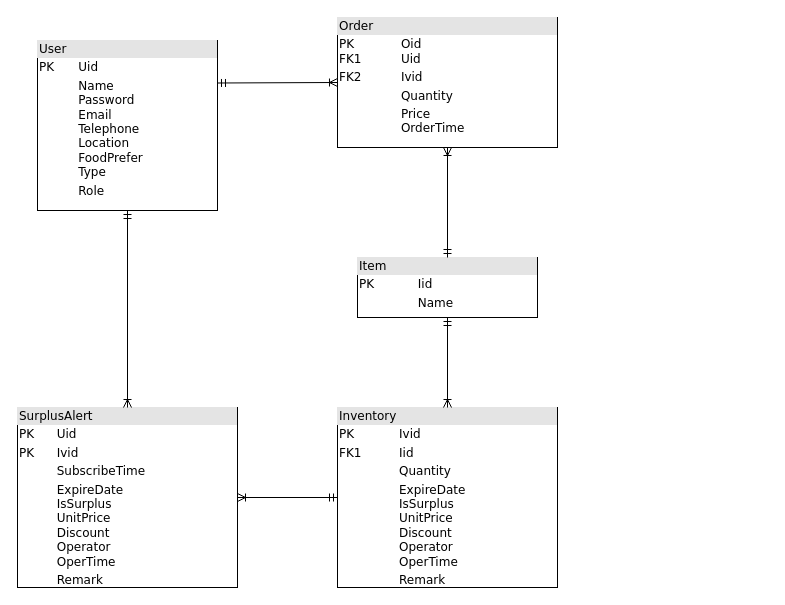
panjuncai/Req keeps this draw.io diagram as FWRP-db.drawio. Above is the earlier version. Source tidied: cells renumbered, new cells numbered last; positions are measured from the earlier drawing's top-left corner, leaving out a move shared by most shapes. Both pictures are drawn from the tidied source at 100%, with x=0, y=0 at pixel (17, 17).
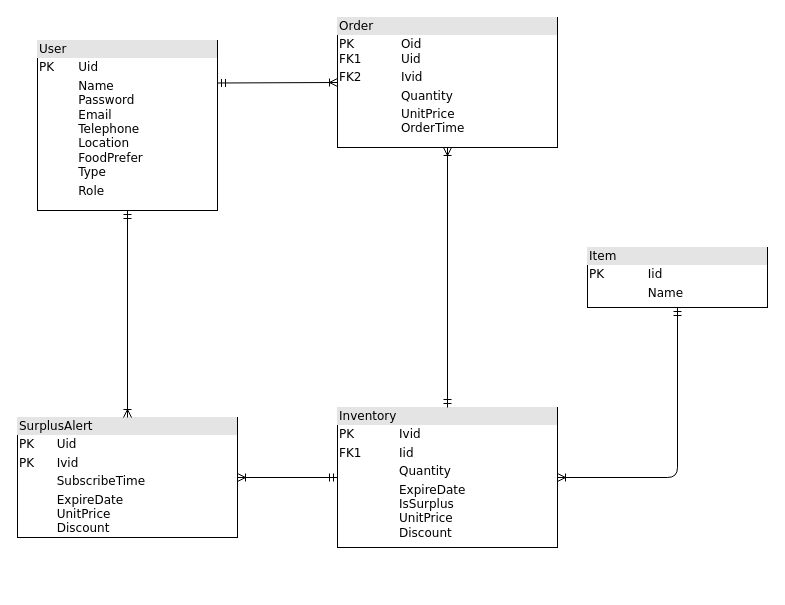
Above is the later version.

The edit, as a diff of the source:
```diff
@@
 <mxGraphModel>
   <root>
     <mxCell id="0" />
     <mxCell id="1" parent="0" />
     <mxCell id="2" value="&lt;div style=&quot;box-sizing:border-box;width:100%;background:#e4e4e4;padding:2px;&quot;&gt;User&lt;/div&gt;&lt;table style=&quot;width:100%;font-size:1em;&quot; cellpadding=&quot;2&quot; cellspacing=&quot;0&quot;&gt;&lt;tbody&gt;&lt;tr&gt;&lt;td&gt;PK&lt;/td&gt;&lt;td&gt;Uid&lt;/td&gt;&lt;/tr&gt;&lt;tr&gt;&lt;td&gt;&lt;/td&gt;&lt;td&gt;Name&lt;br&gt;Password&lt;br&gt;Email&lt;br&gt;Telephone&lt;br&gt;Location&lt;br&gt;FoodPrefer&lt;br&gt;Type&lt;/td&gt;&lt;/tr&gt;&lt;tr&gt;&lt;td&gt;&lt;/td&gt;&lt;td&gt;Role&lt;/td&gt;&lt;/tr&gt;&lt;/tbody&gt;&lt;/table&gt;" style="verticalAlign=top;align=left;overflow=fill;html=1;rounded=0;shadow=0;comic=0;labelBackgroundColor=none;strokeWidth=1;fontFamily=Verdana;fontSize=12;" parent="1" vertex="1">
       <mxGeometry x="20" y="23" width="180" height="170" as="geometry" />
     </mxCell>
     <mxCell id="3" value="&lt;div style=&quot;box-sizing:border-box;width:100%;background:#e4e4e4;padding:2px;&quot;&gt;Item&lt;/div&gt;&lt;table style=&quot;width:100%;font-size:1em;&quot; cellpadding=&quot;2&quot; cellspacing=&quot;0&quot;&gt;&lt;tbody&gt;&lt;tr&gt;&lt;td&gt;PK&lt;/td&gt;&lt;td&gt;Iid&lt;/td&gt;&lt;/tr&gt;&lt;tr&gt;&lt;td&gt;&lt;/td&gt;&lt;td&gt;Name&lt;br&gt;&lt;/td&gt;&lt;/tr&gt;&lt;tr&gt;&lt;td&gt;&lt;/td&gt;&lt;td&gt;&lt;br&gt;&lt;/td&gt;&lt;/tr&gt;&lt;/tbody&gt;&lt;/table&gt;" style="verticalAlign=top;align=left;overflow=fill;html=1;rounded=0;shadow=0;comic=0;labelBackgroundColor=none;strokeWidth=1;fontFamily=Verdana;fontSize=12;" parent="1" vertex="1">
-      <mxGeometry x="340" y="240" width="180" height="60" as="geometry" />
+      <mxGeometry x="570" y="230" width="180" height="60" as="geometry" />
     </mxCell>
-    <mxCell id="4" value="&lt;div style=&quot;box-sizing:border-box;width:100%;background:#e4e4e4;padding:2px;&quot;&gt;Inventory&lt;/div&gt;&lt;table style=&quot;width:100%;font-size:1em;&quot; cellpadding=&quot;2&quot; cellspacing=&quot;0&quot;&gt;&lt;tbody&gt;&lt;tr&gt;&lt;td&gt;PK&lt;/td&gt;&lt;td&gt;Ivid&lt;/td&gt;&lt;/tr&gt;&lt;tr&gt;&lt;td&gt;FK1&lt;/td&gt;&lt;td&gt;Iid&lt;/td&gt;&lt;/tr&gt;&lt;tr&gt;&lt;td&gt;&lt;br&gt;&lt;/td&gt;&lt;td&gt;Quantity&lt;br&gt;&lt;/td&gt;&lt;/tr&gt;&lt;tr&gt;&lt;td&gt;&lt;br&gt;&lt;/td&gt;&lt;td&gt;ExpireDate&lt;br&gt;IsSurplus&lt;br&gt;UnitPrice&lt;br&gt;Discount&lt;br&gt;Operator&lt;br&gt;OperTime&lt;/td&gt;&lt;/tr&gt;&lt;tr&gt;&lt;td&gt;&lt;br&gt;&lt;/td&gt;&lt;td&gt;Remark&lt;/td&gt;&lt;/tr&gt;&lt;/tbody&gt;&lt;/table&gt;" style="verticalAlign=top;align=left;overflow=fill;html=1;rounded=0;shadow=0;comic=0;labelBackgroundColor=none;strokeWidth=1;fontFamily=Verdana;fontSize=12;" parent="1" vertex="1">
-      <mxGeometry x="320" y="390" width="220" height="180" as="geometry" />
+    <mxCell id="4" value="&lt;div style=&quot;box-sizing:border-box;width:100%;background:#e4e4e4;padding:2px;&quot;&gt;Inventory&lt;/div&gt;&lt;table style=&quot;width:100%;font-size:1em;&quot; cellpadding=&quot;2&quot; cellspacing=&quot;0&quot;&gt;&lt;tbody&gt;&lt;tr&gt;&lt;td&gt;PK&lt;/td&gt;&lt;td&gt;Ivid&lt;/td&gt;&lt;/tr&gt;&lt;tr&gt;&lt;td&gt;FK1&lt;/td&gt;&lt;td&gt;Iid&lt;/td&gt;&lt;/tr&gt;&lt;tr&gt;&lt;td&gt;&lt;br&gt;&lt;/td&gt;&lt;td&gt;Quantity&lt;br&gt;&lt;/td&gt;&lt;/tr&gt;&lt;tr&gt;&lt;td&gt;&lt;br&gt;&lt;/td&gt;&lt;td&gt;ExpireDate&lt;br&gt;IsSurplus&lt;br&gt;UnitPrice&lt;br&gt;Discount&lt;br&gt;&lt;br&gt;&lt;/td&gt;&lt;/tr&gt;&lt;tr&gt;&lt;td&gt;&lt;br&gt;&lt;/td&gt;&lt;td&gt;&lt;br&gt;&lt;/td&gt;&lt;/tr&gt;&lt;/tbody&gt;&lt;/table&gt;" style="verticalAlign=top;align=left;overflow=fill;html=1;rounded=0;shadow=0;comic=0;labelBackgroundColor=none;strokeWidth=1;fontFamily=Verdana;fontSize=12;" parent="1" vertex="1">
+      <mxGeometry x="320" y="390" width="220" height="140" as="geometry" />
     </mxCell>
-    <mxCell id="5" value="&lt;div style=&quot;box-sizing:border-box;width:100%;background:#e4e4e4;padding:2px;&quot;&gt;Order&lt;/div&gt;&lt;table style=&quot;width:100%;font-size:1em;&quot; cellpadding=&quot;2&quot; cellspacing=&quot;0&quot;&gt;&lt;tbody&gt;&lt;tr&gt;&lt;td&gt;PK&lt;br&gt;FK1&lt;/td&gt;&lt;td&gt;Oid&lt;br&gt;Uid&lt;/td&gt;&lt;/tr&gt;&lt;tr&gt;&lt;td&gt;FK2&lt;/td&gt;&lt;td&gt;Ivid&lt;/td&gt;&lt;/tr&gt;&lt;tr&gt;&lt;td&gt;&lt;br&gt;&lt;/td&gt;&lt;td&gt;Quantity&lt;br&gt;&lt;/td&gt;&lt;/tr&gt;&lt;tr&gt;&lt;td&gt;&lt;br&gt;&lt;/td&gt;&lt;td&gt;Price&lt;br&gt;OrderTime&lt;/td&gt;&lt;/tr&gt;&lt;tr&gt;&lt;td&gt;&lt;br&gt;&lt;/td&gt;&lt;td&gt;&lt;br&gt;&lt;/td&gt;&lt;/tr&gt;&lt;/tbody&gt;&lt;/table&gt;" style="verticalAlign=top;align=left;overflow=fill;html=1;rounded=0;shadow=0;comic=0;labelBackgroundColor=none;strokeWidth=1;fontFamily=Verdana;fontSize=12;" parent="1" vertex="1">
+    <mxCell id="5" value="&lt;div style=&quot;box-sizing:border-box;width:100%;background:#e4e4e4;padding:2px;&quot;&gt;Order&lt;/div&gt;&lt;table style=&quot;width:100%;font-size:1em;&quot; cellpadding=&quot;2&quot; cellspacing=&quot;0&quot;&gt;&lt;tbody&gt;&lt;tr&gt;&lt;td&gt;PK&lt;br&gt;FK1&lt;/td&gt;&lt;td&gt;Oid&lt;br&gt;Uid&lt;/td&gt;&lt;/tr&gt;&lt;tr&gt;&lt;td&gt;FK2&lt;/td&gt;&lt;td&gt;Ivid&lt;/td&gt;&lt;/tr&gt;&lt;tr&gt;&lt;td&gt;&lt;br&gt;&lt;/td&gt;&lt;td&gt;Quantity&lt;br&gt;&lt;/td&gt;&lt;/tr&gt;&lt;tr&gt;&lt;td&gt;&lt;br&gt;&lt;/td&gt;&lt;td&gt;UnitPrice&lt;br&gt;OrderTime&lt;/td&gt;&lt;/tr&gt;&lt;tr&gt;&lt;td&gt;&lt;br&gt;&lt;/td&gt;&lt;td&gt;&lt;br&gt;&lt;/td&gt;&lt;/tr&gt;&lt;/tbody&gt;&lt;/table&gt;" style="verticalAlign=top;align=left;overflow=fill;html=1;rounded=0;shadow=0;comic=0;labelBackgroundColor=none;strokeWidth=1;fontFamily=Verdana;fontSize=12;" parent="1" vertex="1">
       <mxGeometry x="320" width="220" height="130" as="geometry" />
     </mxCell>
-    <mxCell id="6" value="&lt;div style=&quot;box-sizing:border-box;width:100%;background:#e4e4e4;padding:2px;&quot;&gt;SurplusAlert&lt;/div&gt;&lt;table style=&quot;width:100%;font-size:1em;&quot; cellpadding=&quot;2&quot; cellspacing=&quot;0&quot;&gt;&lt;tbody&gt;&lt;tr&gt;&lt;td&gt;PK&lt;/td&gt;&lt;td&gt;Uid&lt;/td&gt;&lt;/tr&gt;&lt;tr&gt;&lt;td&gt;PK&lt;/td&gt;&lt;td&gt;Ivid&lt;/td&gt;&lt;/tr&gt;&lt;tr&gt;&lt;td&gt;&lt;br&gt;&lt;/td&gt;&lt;td&gt;SubscribeTime&lt;/td&gt;&lt;/tr&gt;&lt;tr&gt;&lt;td&gt;&lt;br&gt;&lt;/td&gt;&lt;td&gt;ExpireDate&lt;br&gt;IsSurplus&lt;br&gt;UnitPrice&lt;br&gt;Discount&lt;br&gt;Operator&lt;br&gt;OperTime&lt;/td&gt;&lt;/tr&gt;&lt;tr&gt;&lt;td&gt;&lt;br&gt;&lt;/td&gt;&lt;td&gt;Remark&lt;/td&gt;&lt;/tr&gt;&lt;/tbody&gt;&lt;/table&gt;" style="verticalAlign=top;align=left;overflow=fill;html=1;rounded=0;shadow=0;comic=0;labelBackgroundColor=none;strokeWidth=1;fontFamily=Verdana;fontSize=12;" parent="1" vertex="1">
-      <mxGeometry y="390" width="220" height="180" as="geometry" />
+    <mxCell id="6" value="&lt;div style=&quot;box-sizing:border-box;width:100%;background:#e4e4e4;padding:2px;&quot;&gt;SurplusAlert&lt;/div&gt;&lt;table style=&quot;width:100%;font-size:1em;&quot; cellpadding=&quot;2&quot; cellspacing=&quot;0&quot;&gt;&lt;tbody&gt;&lt;tr&gt;&lt;td&gt;PK&lt;/td&gt;&lt;td&gt;Uid&lt;/td&gt;&lt;/tr&gt;&lt;tr&gt;&lt;td&gt;PK&lt;/td&gt;&lt;td&gt;Ivid&lt;/td&gt;&lt;/tr&gt;&lt;tr&gt;&lt;td&gt;&lt;br&gt;&lt;/td&gt;&lt;td&gt;SubscribeTime&lt;/td&gt;&lt;/tr&gt;&lt;tr&gt;&lt;td&gt;&lt;br&gt;&lt;/td&gt;&lt;td&gt;ExpireDate&lt;br&gt;UnitPrice&lt;br&gt;Discount&lt;br&gt;&lt;br&gt;&lt;/td&gt;&lt;/tr&gt;&lt;tr&gt;&lt;td&gt;&lt;br&gt;&lt;/td&gt;&lt;td&gt;&lt;br&gt;&lt;/td&gt;&lt;/tr&gt;&lt;/tbody&gt;&lt;/table&gt;" style="verticalAlign=top;align=left;overflow=fill;html=1;rounded=0;shadow=0;comic=0;labelBackgroundColor=none;strokeWidth=1;fontFamily=Verdana;fontSize=12;" parent="1" vertex="1">
+      <mxGeometry y="400" width="220" height="120" as="geometry" />
     </mxCell>
     <mxCell id="7" style="html=1;endArrow=ERoneToMany;startArrow=ERmandOne;labelBackgroundColor=none;fontFamily=Verdana;fontSize=12;align=left;exitX=1;exitY=0.25;exitDx=0;exitDy=0;entryX=0;entryY=0.5;entryDx=0;entryDy=0;" parent="1" edge="1" source="2" target="5">
       <mxGeometry relative="1" as="geometry" />
     </mxCell>
-    <mxCell id="8" style="edgeStyle=orthogonalEdgeStyle;html=1;endArrow=ERoneToMany;startArrow=ERmandOne;labelBackgroundColor=none;fontFamily=Verdana;fontSize=12;align=left;exitX=0.5;exitY=0;exitDx=0;exitDy=0;entryX=0.5;entryY=1;entryDx=0;entryDy=0;" parent="1" edge="1" source="3" target="5">
+    <mxCell id="8" style="edgeStyle=orthogonalEdgeStyle;html=1;endArrow=ERoneToMany;startArrow=ERmandOne;labelBackgroundColor=none;fontFamily=Verdana;fontSize=12;align=left;entryX=0.5;entryY=1;entryDx=0;entryDy=0;exitX=0.5;exitY=0;exitDx=0;exitDy=0;" parent="1" edge="1" source="4" target="5">
       <mxGeometry relative="1" as="geometry" />
     </mxCell>
-    <mxCell id="9" style="edgeStyle=orthogonalEdgeStyle;html=1;endArrow=ERoneToMany;startArrow=ERmandOne;labelBackgroundColor=none;fontFamily=Verdana;fontSize=12;align=left;entryX=0.5;entryY=0;entryDx=0;entryDy=0;exitX=0.5;exitY=1;exitDx=0;exitDy=0;" parent="1" edge="1" source="3" target="4">
+    <mxCell id="9" style="edgeStyle=orthogonalEdgeStyle;html=1;endArrow=ERoneToMany;startArrow=ERmandOne;labelBackgroundColor=none;fontFamily=Verdana;fontSize=12;align=left;entryX=1;entryY=0.5;entryDx=0;entryDy=0;exitX=0.5;exitY=1;exitDx=0;exitDy=0;" parent="1" edge="1" source="3" target="4">
       <mxGeometry relative="1" as="geometry" />
     </mxCell>
     <mxCell id="10" style="edgeStyle=orthogonalEdgeStyle;html=1;endArrow=ERoneToMany;startArrow=ERmandOne;labelBackgroundColor=none;fontFamily=Verdana;fontSize=12;align=left;exitX=0.5;exitY=1;exitDx=0;exitDy=0;" parent="1" edge="1" source="2" target="6">
       <mxGeometry relative="1" as="geometry" />
     </mxCell>
     <mxCell id="11" style="edgeStyle=orthogonalEdgeStyle;html=1;endArrow=ERoneToMany;startArrow=ERmandOne;labelBackgroundColor=none;fontFamily=Verdana;fontSize=12;align=left;exitX=0;exitY=0.5;exitDx=0;exitDy=0;entryX=1;entryY=0.5;entryDx=0;entryDy=0;" parent="1" edge="1" source="4" target="6">
       <mxGeometry relative="1" as="geometry" />
     </mxCell>
   </root>
 </mxGraphModel>
```
